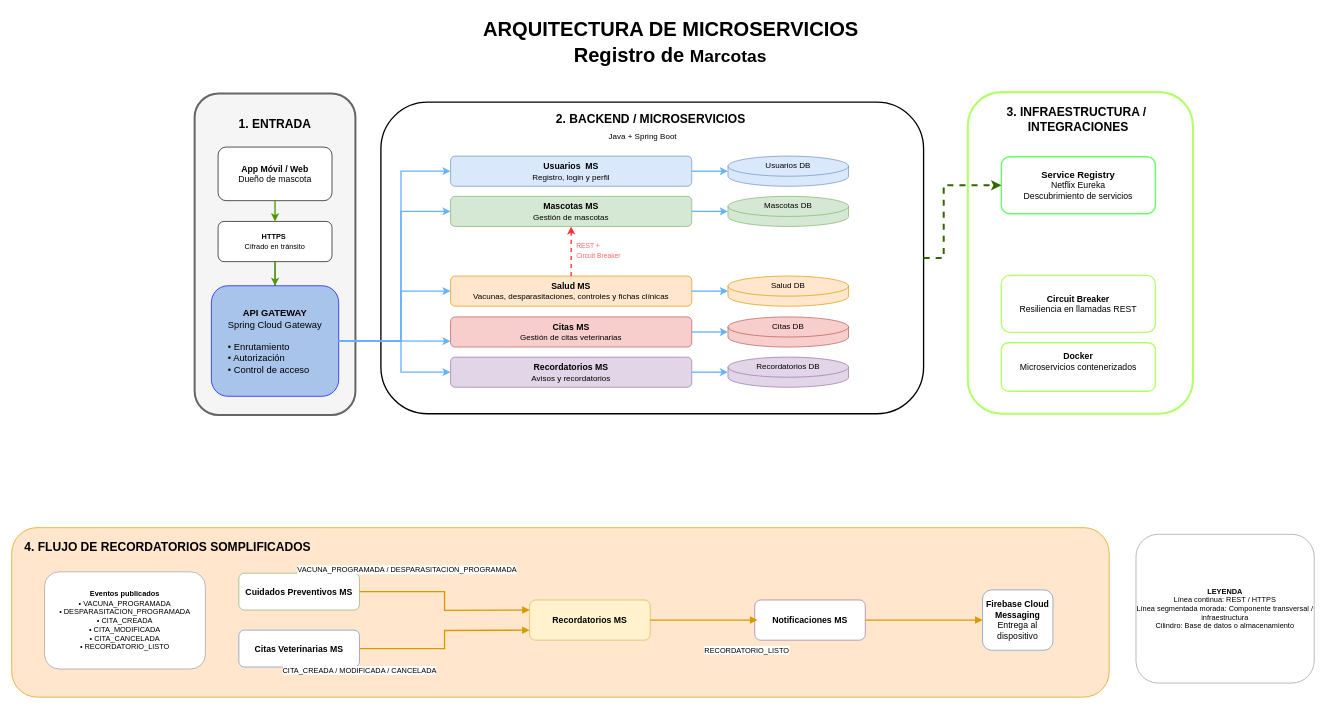
Earlier version of the draw.io diagram registroMascotas/anexos/diagrama-arquitectura.drawio (bradanovich/registroMascotas). Source tidied: cells renumbered, new cells numbered last; positions are measured from the earlier drawing's top-left corner, leaving out a move shared by most shapes. Both pictures are drawn from the tidied source at 67%, with x=0, y=0 at pixel (11, 11).
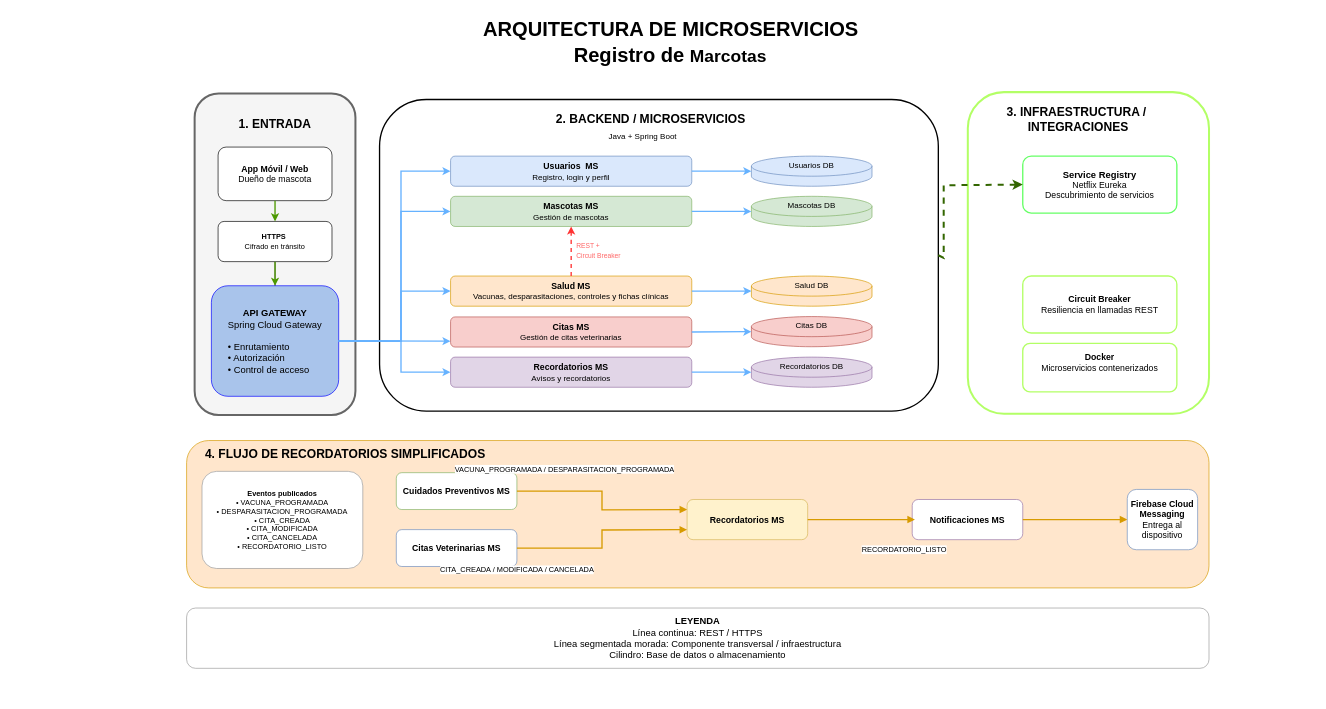
Above is the later version.

The edit, as a diff of the source:
```diff
@@
     <mxCell id="2" value="&lt;br&gt;&lt;div&gt;&lt;br&gt;&lt;/div&gt;" style="rounded=1;whiteSpace=wrap;html=1;fillColor=#ffe6cc;strokeColor=#d79b00;fontStyle=1;fontSize=18;" parent="1" vertex="1">
-      <mxGeometry y="770" width="1638" height="253" as="geometry" />
+      <mxGeometry x="261" y="640" width="1526" height="220" as="geometry" />
     </mxCell>
     <mxCell id="3" value="&lt;b&gt;Cuidados Preventivos MS&lt;/b&gt;" style="rounded=1;whiteSpace=wrap;html=1;fillColor=#ffffff;strokeColor=#82b366;fontSize=13;" parent="1" vertex="1">
-      <mxGeometry x="339" y="838" width="180" height="55" as="geometry" />
+      <mxGeometry x="574" y="688" width="180" height="55" as="geometry" />
     </mxCell>
     <mxCell id="4" value="&lt;b&gt;Citas Veterinarias MS&lt;/b&gt;" style="rounded=1;whiteSpace=wrap;html=1;fillColor=#ffffff;strokeColor=#6c8ebf;fontSize=13;" parent="1" vertex="1">
-      <mxGeometry x="339" y="923" width="180" height="55" as="geometry" />
+      <mxGeometry x="574" y="773" width="180" height="55" as="geometry" />
     </mxCell>
     <mxCell id="5" value="&lt;b&gt;Recordatorios MS&lt;/b&gt;" style="rounded=1;whiteSpace=wrap;html=1;fillColor=#fff2cc;strokeColor=#d6b656;fontStyle=1;fontSize=13;" parent="1" vertex="1">
-      <mxGeometry x="773" y="878" width="180" height="60" as="geometry" />
+      <mxGeometry x="1008" y="728" width="180" height="60" as="geometry" />
     </mxCell>
     <mxCell id="6" value="&lt;b&gt;Notificaciones MS&lt;/b&gt;" style="rounded=1;whiteSpace=wrap;html=1;fillColor=#ffffff;strokeColor=#9673a6;fontSize=13;" parent="1" vertex="1">
-      <mxGeometry x="1109" y="878" width="165" height="60" as="geometry" />
+      <mxGeometry x="1344" y="728" width="165" height="60" as="geometry" />
     </mxCell>
     <mxCell id="7" value="&lt;b&gt;Firebase Cloud Messaging&lt;/b&gt;&lt;br/&gt;Entrega al dispositivo" style="rounded=1;whiteSpace=wrap;html=1;fillColor=#ffffff;strokeColor=#6c8ebf;fontSize=13;" parent="1" vertex="1">
-      <mxGeometry x="1449" y="863" width="105" height="90" as="geometry" />
+      <mxGeometry x="1665" y="713" width="105" height="90" as="geometry" />
     </mxCell>
     <mxCell id="8" value="VACUNA_PROGRAMADA / DESPARASITACION_PROGRAMADA" style="edgeStyle=orthogonalEdgeStyle;rounded=0;jettySize=auto;html=1;endArrow=block;endFill=1;strokeWidth=2;strokeColor=#d79b00;" parent="1" edge="1" source="3">
       <mxGeometry x="-0.46" y="20" relative="1" as="geometry">
-        <mxPoint x="773" y="893" as="targetPoint" />
+        <mxPoint x="1008" y="743" as="targetPoint" />
         <mxPoint x="-5" y="-13" as="offset" />
       </mxGeometry>
     </mxCell>
     <mxCell id="9" value="CITA_CREADA / MODIFICADA / CANCELADA" style="edgeStyle=orthogonalEdgeStyle;rounded=0;jettySize=auto;html=1;endArrow=block;endFill=1;strokeWidth=2;strokeColor=#d79b00;" parent="1" edge="1" source="4">
       <mxGeometry x="-1" y="-32" relative="1" as="geometry">
-        <mxPoint x="773" y="923" as="targetPoint" />
+        <mxPoint x="1008" y="773" as="targetPoint" />
       </mxGeometry>
     </mxCell>
     <mxCell id="10" value="RECORDATORIO_LISTO" style="edgeStyle=orthogonalEdgeStyle;rounded=0;jettySize=auto;html=1;endArrow=block;endFill=1;strokeWidth=2;strokeColor=#d79b00;" parent="1" edge="1" source="5">
       <mxGeometry x="0.8" y="-45" relative="1" as="geometry">
-        <mxPoint x="1113" y="908" as="targetPoint" />
+        <mxPoint x="1348" y="758" as="targetPoint" />
       </mxGeometry>
     </mxCell>
@@
     <mxCell id="12" value="&lt;b&gt;Eventos publicados&lt;/b&gt;&lt;br/&gt;• VACUNA_PROGRAMADA&lt;br/&gt;• DESPARASITACION_PROGRAMADA&lt;br/&gt;• CITA_CREADA&lt;br/&gt;• CITA_MODIFICADA&lt;br/&gt;• CITA_CANCELADA&lt;br/&gt;• RECORDATORIO_LISTO" style="rounded=1;whiteSpace=wrap;html=1;fillColor=#ffffff;strokeColor=#999999;fontSize=11;" parent="1" vertex="1">
-      <mxGeometry x="49" y="836" width="240" height="145" as="geometry" />
+      <mxGeometry x="284" y="686" width="240" height="145" as="geometry" />
     </mxCell>
-    <mxCell id="13" value="&lt;b&gt;LEYENDA&lt;/b&gt;&lt;br&gt;Línea continua: REST / HTTPS&lt;br&gt;Línea segmentada morada: Componente transversal / infraestructura&lt;br&gt;Cilindro: Base de datos o almacenamiento" style="rounded=1;whiteSpace=wrap;html=1;fillColor=#ffffff;strokeColor=#999999;fontSize=11;" parent="1" vertex="1">
-      <mxGeometry x="1678" y="780" width="266" height="222" as="geometry" />
+    <mxCell id="13" value="&lt;b&gt;LEYENDA&lt;/b&gt;&lt;br&gt;Línea continua: REST / HTTPS&lt;br&gt;Línea segmentada morada: Componente transversal / infraestructura&lt;br&gt;Cilindro: Base de datos o almacenamiento" style="rounded=1;whiteSpace=wrap;html=1;fillColor=#ffffff;strokeColor=#999999;fontSize=14;align=center;" parent="1" vertex="1">
+      <mxGeometry x="261" y="890" width="1526" height="90" as="geometry" />
     </mxCell>
@@
     <mxCell id="19" style="rounded=1;whiteSpace=wrap;html=1;fontStyle=1;fontSize=18;strokeWidth=2;" parent="1" vertex="1">
-      <mxGeometry x="551" y="135" width="810" height="465" as="geometry" />
+      <mxGeometry x="549" y="131" width="834" height="465" as="geometry" />
     </mxCell>
@@
     <mxCell id="25" value="Usuarios DB&lt;div&gt;&lt;br&gt;&lt;/div&gt;&lt;div&gt;&lt;br&gt;&lt;/div&gt;&lt;div&gt;&lt;br&gt;&lt;/div&gt;" style="shape=cylinder3;whiteSpace=wrap;html=1;boundedLbl=1;backgroundOutline=1;size=15;fillColor=#dae8fc;strokeColor=#6c8ebf;fontSize=12;" parent="1" vertex="1">
-      <mxGeometry x="1069" y="215.5" width="180" height="45" as="geometry" />
+      <mxGeometry x="1104" y="215.5" width="180" height="45" as="geometry" />
     </mxCell>
     <mxCell id="26" value="Mascotas DB&lt;div&gt;&lt;br&gt;&lt;/div&gt;&lt;div&gt;&lt;br&gt;&lt;/div&gt;&lt;div&gt;&lt;br&gt;&lt;/div&gt;" style="shape=cylinder3;whiteSpace=wrap;html=1;boundedLbl=1;backgroundOutline=1;size=15;fillColor=#d5e8d4;strokeColor=#82b366;fontSize=12;" parent="1" vertex="1">
-      <mxGeometry x="1069" y="275.5" width="180" height="45" as="geometry" />
+      <mxGeometry x="1104" y="275.5" width="180" height="45" as="geometry" />
     </mxCell>
     <mxCell id="27" value="Salud DB&lt;div&gt;&lt;br&gt;&lt;/div&gt;&lt;div&gt;&lt;br&gt;&lt;/div&gt;&lt;div&gt;&lt;br&gt;&lt;/div&gt;" style="shape=cylinder3;whiteSpace=wrap;html=1;boundedLbl=1;backgroundOutline=1;size=15;fillColor=#ffe6cc;strokeColor=#d79b00;fontSize=12;" parent="1" vertex="1">
-      <mxGeometry x="1069" y="394.5" width="180" height="45" as="geometry" />
+      <mxGeometry x="1104" y="394.5" width="180" height="45" as="geometry" />
     </mxCell>
     <mxCell id="28" value="Citas DB&lt;div&gt;&lt;br&gt;&lt;/div&gt;&lt;div&gt;&lt;br&gt;&lt;/div&gt;&lt;div&gt;&lt;br&gt;&lt;/div&gt;" style="shape=cylinder3;whiteSpace=wrap;html=1;boundedLbl=1;backgroundOutline=1;size=15;fillColor=#f8cecc;strokeColor=#b85450;fontSize=12;" parent="1" vertex="1">
-      <mxGeometry x="1069" y="455.5" width="180" height="45" as="geometry" />
+      <mxGeometry x="1104" y="455" width="180" height="45" as="geometry" />
     </mxCell>
     <mxCell id="29" value="Recordatorios DB&lt;div&gt;&lt;br&gt;&lt;/div&gt;&lt;div&gt;&lt;br&gt;&lt;/div&gt;&lt;div&gt;&lt;br&gt;&lt;/div&gt;" style="shape=cylinder3;whiteSpace=wrap;html=1;boundedLbl=1;backgroundOutline=1;size=15;fillColor=#e1d5e7;strokeColor=#9673a6;fontSize=12;" parent="1" vertex="1">
-      <mxGeometry x="1069" y="515.5" width="180" height="45" as="geometry" />
+      <mxGeometry x="1104" y="515.5" width="180" height="45" as="geometry" />
     </mxCell>
     <mxCell id="30" style="rounded=1;whiteSpace=wrap;html=1;fontStyle=1;fontSize=18;strokeColor=#B3FF66;strokeWidth=3;" parent="1" vertex="1">
-      <mxGeometry x="1427" y="120" width="336" height="480" as="geometry" />
+      <mxGeometry x="1427" y="120" width="360" height="480" as="geometry" />
     </mxCell>
     <mxCell id="31" value="&lt;font style=&quot;font-size: 14px;&quot;&gt;&lt;b&gt;Service Registry&lt;/b&gt;&lt;br&gt;&lt;/font&gt;Netflix Eureka&lt;br&gt;Descubrimiento de servicios" style="rounded=1;whiteSpace=wrap;html=1;fillColor=#ffffff;strokeColor=#66FF66;fontSize=13;strokeWidth=2;" parent="1" vertex="1">
-      <mxGeometry x="1477" y="216.5" width="230" height="85" as="geometry" />
+      <mxGeometry x="1509" y="215.5" width="230" height="85" as="geometry" />
     </mxCell>
     <mxCell id="32" value="&lt;b&gt;Circuit Breaker&lt;/b&gt;&lt;br&gt;Resiliencia en llamadas REST" style="rounded=1;whiteSpace=wrap;html=1;fillColor=#ffffff;strokeColor=#B3FF66;fontSize=13;strokeWidth=2;" parent="1" vertex="1">
-      <mxGeometry x="1477" y="393.5" width="230" height="85" as="geometry" />
+      <mxGeometry x="1509" y="394.5" width="230" height="85" as="geometry" />
     </mxCell>
     <mxCell id="33" value="&lt;b&gt;Docker&lt;/b&gt;&lt;br&gt;Microservicios contenerizados&lt;div&gt;&lt;br/&gt;&lt;/div&gt;" style="rounded=1;whiteSpace=wrap;html=1;fillColor=#ffffff;strokeColor=#B3FF66;fontSize=13;strokeWidth=2;" parent="1" vertex="1">
-      <mxGeometry x="1477" y="494" width="230" height="72.5" as="geometry" />
+      <mxGeometry x="1509" y="495" width="230" height="72.5" as="geometry" />
     </mxCell>
@@
-    <mxCell id="37" value="4. FLUJO DE RECORDATORIOS SOMPLIFICADOS" style="text;html=1;whiteSpace=wrap;strokeColor=none;fillColor=none;align=center;verticalAlign=middle;rounded=0;fontSize=18;fontStyle=1;" parent="1" vertex="1">
-      <mxGeometry x="8" y="780" width="450" height="40" as="geometry" />
+    <mxCell id="37" value="4. FLUJO DE RECORDATORIOS SIMPLIFICADOS" style="text;html=1;whiteSpace=wrap;strokeColor=none;fillColor=none;align=center;verticalAlign=middle;rounded=0;fontSize=18;fontStyle=1;" parent="1" vertex="1">
+      <mxGeometry x="278" y="640" width="440" height="40" as="geometry" />
     </mxCell>
```
